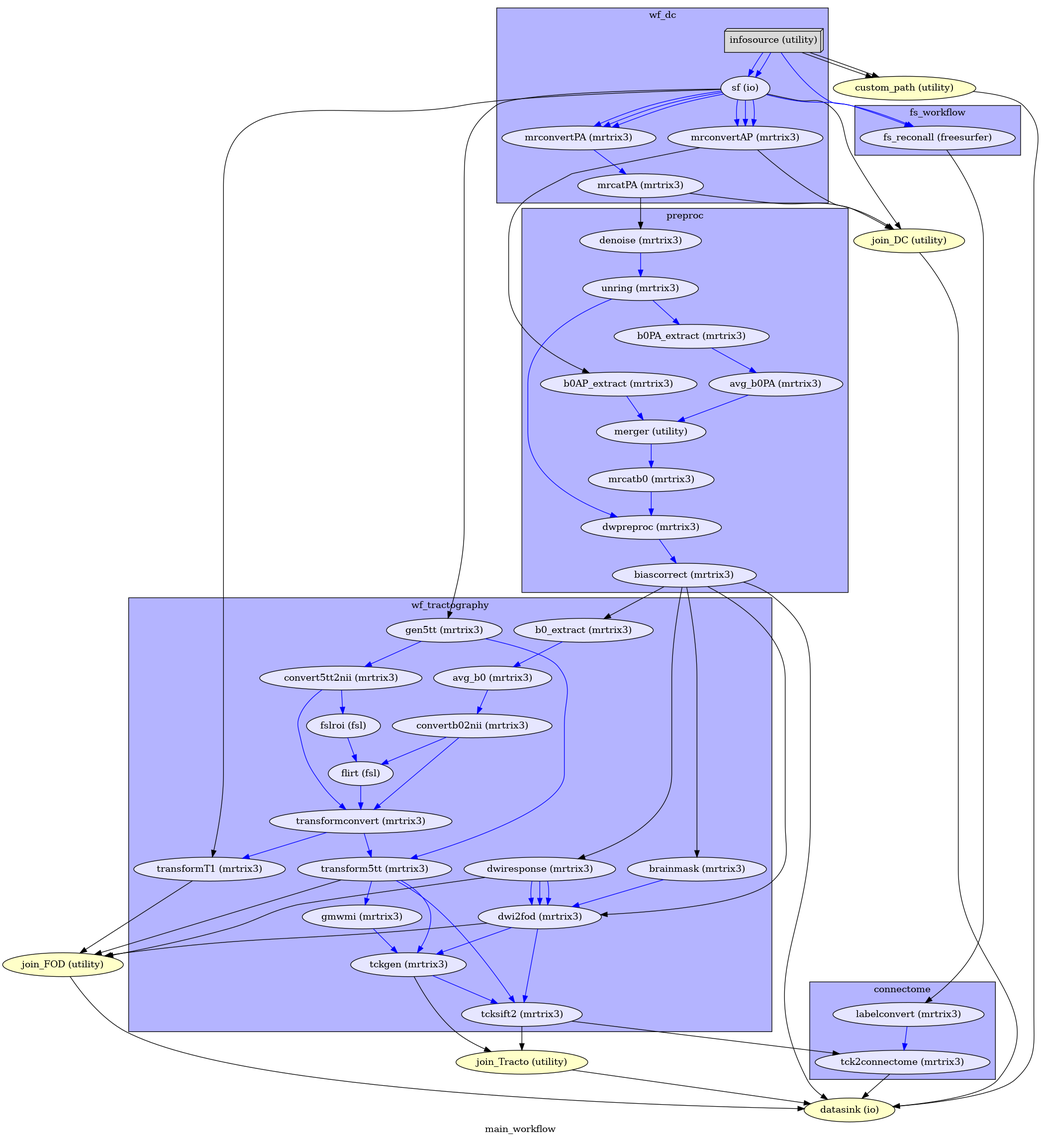
Above: mult_11_12.png in FRramon/pipeline-dmri (Graphviz), before the change. Its source is kept beside it as mult_11_12.dot. Source of this version:
```dot
digraph main_workflow{
  label="main_workflow";
  main_workflow_custom_path[label="custom_path (utility)", style=filled, fillcolor="#FFFFC8"];
  main_workflow_join_DC[label="join_DC (utility)", style=filled, fillcolor="#FFFFC8"];
  main_workflow_join_FOD[label="join_FOD (utility)", style=filled, fillcolor="#FFFFC8"];
  main_workflow_join_Tracto[label="join_Tracto (utility)", style=filled, fillcolor="#FFFFC8"];
  main_workflow_datasink[label="datasink (io)", style=filled, fillcolor="#FFFFC8"];
  subgraph cluster_main_workflow_wf_dc {
      edge [color="#0000FF"];
      style=filled;
      fillcolor="#B4B4FF";
      label="wf_dc";
    main_workflow_wf_dc_infosource[label="infosource (utility)", shape=box3d,style=filled, color=black, colorscheme=greys7 fillcolor=2];
    main_workflow_wf_dc_sf[label="sf (io)", style=filled, fillcolor="#E6E6FF"];
    main_workflow_wf_dc_mrconvertPA[label="mrconvertPA (mrtrix3)", style=filled, fillcolor="#E6E6FF"];
    main_workflow_wf_dc_mrconvertAP[label="mrconvertAP (mrtrix3)", style=filled, fillcolor="#E6E6FF"];
    main_workflow_wf_dc_mrcatPA[label="mrcatPA (mrtrix3)", style=filled, fillcolor="#E6E6FF"];
    main_workflow_wf_dc_infosource -> main_workflow_wf_dc_sf;
    main_workflow_wf_dc_infosource -> main_workflow_wf_dc_sf;
    main_workflow_wf_dc_sf -> main_workflow_wf_dc_mrconvertPA;
    main_workflow_wf_dc_sf -> main_workflow_wf_dc_mrconvertPA;
    main_workflow_wf_dc_sf -> main_workflow_wf_dc_mrconvertPA;
    main_workflow_wf_dc_sf -> main_workflow_wf_dc_mrconvertAP;
    main_workflow_wf_dc_sf -> main_workflow_wf_dc_mrconvertAP;
    main_workflow_wf_dc_sf -> main_workflow_wf_dc_mrconvertAP;
    main_workflow_wf_dc_mrconvertPA -> main_workflow_wf_dc_mrcatPA;
  }
  subgraph cluster_main_workflow_fs_workflow {
      edge [color="#0000FF"];
      style=filled;
      fillcolor="#B4B4FF";
      label="fs_workflow";
    main_workflow_wf_dc_infosource[label="infosource (utility)", shape=box3d,style=filled, color=black, colorscheme=greys7 fillcolor=2];
    main_workflow_wf_dc_sf[label="sf (io)", style=filled, fillcolor="#E6E6FF"];
    main_workflow_fs_workflow_fs_reconall[label="fs_reconall (freesurfer)", style=filled, fillcolor="#E6E6FF"];
    main_workflow_wf_dc_infosource -> main_workflow_fs_workflow_fs_reconall;
    main_workflow_wf_dc_sf -> main_workflow_fs_workflow_fs_reconall;
  }
  main_workflow_custom_path -> main_workflow_datasink;
  subgraph cluster_main_workflow_preproc {
      edge [color="#0000FF"];
      style=filled;
      fillcolor="#B4B4FF";
      label="preproc";
    main_workflow_preproc_denoise[label="denoise (mrtrix3)", style=filled, fillcolor="#E6E6FF"];
    main_workflow_preproc_b0AP_extract[label="b0AP_extract (mrtrix3)", style=filled, fillcolor="#E6E6FF"];
    main_workflow_preproc_unring[label="unring (mrtrix3)", style=filled, fillcolor="#E6E6FF"];
    main_workflow_preproc_b0PA_extract[label="b0PA_extract (mrtrix3)", style=filled, fillcolor="#E6E6FF"];
    main_workflow_preproc_avg_b0PA[label="avg_b0PA (mrtrix3)", style=filled, fillcolor="#E6E6FF"];
    main_workflow_preproc_merger[label="merger (utility)", style=filled, fillcolor="#E6E6FF"];
    main_workflow_preproc_mrcatb0[label="mrcatb0 (mrtrix3)", style=filled, fillcolor="#E6E6FF"];
    main_workflow_preproc_dwpreproc[label="dwpreproc (mrtrix3)", style=filled, fillcolor="#E6E6FF"];
    main_workflow_preproc_biascorrect[label="biascorrect (mrtrix3)", style=filled, fillcolor="#E6E6FF"];
    main_workflow_preproc_denoise -> main_workflow_preproc_unring;
    main_workflow_preproc_b0AP_extract -> main_workflow_preproc_merger;
    main_workflow_preproc_unring -> main_workflow_preproc_b0PA_extract;
    main_workflow_preproc_unring -> main_workflow_preproc_dwpreproc;
    main_workflow_preproc_b0PA_extract -> main_workflow_preproc_avg_b0PA;
    main_workflow_preproc_avg_b0PA -> main_workflow_preproc_merger;
    main_workflow_preproc_merger -> main_workflow_preproc_mrcatb0;
    main_workflow_preproc_mrcatb0 -> main_workflow_preproc_dwpreproc;
    main_workflow_preproc_dwpreproc -> main_workflow_preproc_biascorrect;
  }
  main_workflow_join_DC -> main_workflow_datasink;
  subgraph cluster_main_workflow_wf_tractography {
      edge [color="#0000FF"];
      style=filled;
      fillcolor="#B4B4FF";
      label="wf_tractography";
    main_workflow_wf_tractography_b0_extract[label="b0_extract (mrtrix3)", style=filled, fillcolor="#E6E6FF"];
    main_workflow_wf_tractography_gen5tt[label="gen5tt (mrtrix3)", style=filled, fillcolor="#E6E6FF"];
    main_workflow_wf_tractography_dwiresponse[label="dwiresponse (mrtrix3)", style=filled, fillcolor="#E6E6FF"];
    main_workflow_wf_tractography_brainmask[label="brainmask (mrtrix3)", style=filled, fillcolor="#E6E6FF"];
    main_workflow_wf_tractography_avg_b0[label="avg_b0 (mrtrix3)", style=filled, fillcolor="#E6E6FF"];
    main_workflow_wf_tractography_convert5tt2nii[label="convert5tt2nii (mrtrix3)", style=filled, fillcolor="#E6E6FF"];
    main_workflow_wf_tractography_dwi2fod[label="dwi2fod (mrtrix3)", style=filled, fillcolor="#E6E6FF"];
    main_workflow_wf_tractography_convertb02nii[label="convertb02nii (mrtrix3)", style=filled, fillcolor="#E6E6FF"];
    main_workflow_wf_tractography_fslroi[label="fslroi (fsl)", style=filled, fillcolor="#E6E6FF"];
    main_workflow_wf_tractography_flirt[label="flirt (fsl)", style=filled, fillcolor="#E6E6FF"];
    main_workflow_wf_tractography_transformconvert[label="transformconvert (mrtrix3)", style=filled, fillcolor="#E6E6FF"];
    main_workflow_wf_tractography_transform5tt[label="transform5tt (mrtrix3)", style=filled, fillcolor="#E6E6FF"];
    main_workflow_wf_tractography_transformT1[label="transformT1 (mrtrix3)", style=filled, fillcolor="#E6E6FF"];
    main_workflow_wf_tractography_gmwmi[label="gmwmi (mrtrix3)", style=filled, fillcolor="#E6E6FF"];
    main_workflow_wf_tractography_tckgen[label="tckgen (mrtrix3)", style=filled, fillcolor="#E6E6FF"];
    main_workflow_wf_tractography_tcksift2[label="tcksift2 (mrtrix3)", style=filled, fillcolor="#E6E6FF"];
    main_workflow_wf_tractography_b0_extract -> main_workflow_wf_tractography_avg_b0;
    main_workflow_wf_tractography_gen5tt -> main_workflow_wf_tractography_convert5tt2nii;
    main_workflow_wf_tractography_gen5tt -> main_workflow_wf_tractography_transform5tt;
    main_workflow_wf_tractography_dwiresponse -> main_workflow_wf_tractography_dwi2fod;
    main_workflow_wf_tractography_dwiresponse -> main_workflow_wf_tractography_dwi2fod;
    main_workflow_wf_tractography_dwiresponse -> main_workflow_wf_tractography_dwi2fod;
    main_workflow_wf_tractography_brainmask -> main_workflow_wf_tractography_dwi2fod;
    main_workflow_wf_tractography_avg_b0 -> main_workflow_wf_tractography_convertb02nii;
    main_workflow_wf_tractography_convert5tt2nii -> main_workflow_wf_tractography_fslroi;
    main_workflow_wf_tractography_convert5tt2nii -> main_workflow_wf_tractography_transformconvert;
    main_workflow_wf_tractography_dwi2fod -> main_workflow_wf_tractography_tckgen;
    main_workflow_wf_tractography_dwi2fod -> main_workflow_wf_tractography_tcksift2;
    main_workflow_wf_tractography_convertb02nii -> main_workflow_wf_tractography_flirt;
    main_workflow_wf_tractography_convertb02nii -> main_workflow_wf_tractography_transformconvert;
    main_workflow_wf_tractography_fslroi -> main_workflow_wf_tractography_flirt;
    main_workflow_wf_tractography_flirt -> main_workflow_wf_tractography_transformconvert;
    main_workflow_wf_tractography_transformconvert -> main_workflow_wf_tractography_transform5tt;
    main_workflow_wf_tractography_transformconvert -> main_workflow_wf_tractography_transformT1;
    main_workflow_wf_tractography_transform5tt -> main_workflow_wf_tractography_gmwmi;
    main_workflow_wf_tractography_transform5tt -> main_workflow_wf_tractography_tckgen;
    main_workflow_wf_tractography_transform5tt -> main_workflow_wf_tractography_tcksift2;
    main_workflow_wf_tractography_gmwmi -> main_workflow_wf_tractography_tckgen;
    main_workflow_wf_tractography_tckgen -> main_workflow_wf_tractography_tcksift2;
  }
  subgraph cluster_main_workflow_connectome {
      edge [color="#0000FF"];
      style=filled;
      fillcolor="#B4B4FF";
      label="connectome";
    main_workflow_connectome_labelconvert[label="labelconvert (mrtrix3)", style=filled, fillcolor="#E6E6FF"];
    main_workflow_connectome_tck2connectome[label="tck2connectome (mrtrix3)", style=filled, fillcolor="#E6E6FF"];
    main_workflow_connectome_labelconvert -> main_workflow_connectome_tck2connectome;
  }
  main_workflow_join_FOD -> main_workflow_datasink;
  main_workflow_join_Tracto -> main_workflow_datasink;
  main_workflow_wf_dc_infosource -> main_workflow_custom_path;
  main_workflow_wf_dc_infosource -> main_workflow_custom_path;
  main_workflow_wf_dc_mrcatPA -> main_workflow_preproc_denoise;
  main_workflow_wf_dc_mrconvertAP -> main_workflow_preproc_b0AP_extract;
  main_workflow_wf_dc_sf -> main_workflow_wf_tractography_gen5tt;
  main_workflow_wf_dc_sf -> main_workflow_wf_tractography_transformT1;
  main_workflow_wf_dc_mrcatPA -> main_workflow_join_DC;
  main_workflow_wf_dc_mrconvertAP -> main_workflow_join_DC;
  main_workflow_wf_dc_sf -> main_workflow_join_DC;
  main_workflow_preproc_biascorrect -> main_workflow_wf_tractography_brainmask;
  main_workflow_preproc_biascorrect -> main_workflow_wf_tractography_b0_extract;
  main_workflow_preproc_biascorrect -> main_workflow_wf_tractography_dwiresponse;
  main_workflow_preproc_biascorrect -> main_workflow_wf_tractography_dwi2fod;
  main_workflow_preproc_biascorrect -> main_workflow_datasink;
  main_workflow_wf_tractography_tcksift2 -> main_workflow_connectome_tck2connectome;
  main_workflow_wf_tractography_dwiresponse -> main_workflow_join_FOD;
  main_workflow_wf_tractography_dwi2fod -> main_workflow_join_FOD;
  main_workflow_wf_tractography_transform5tt -> main_workflow_join_FOD;
  main_workflow_wf_tractography_transformT1 -> main_workflow_join_FOD;
  main_workflow_wf_tractography_tckgen -> main_workflow_join_Tracto;
  main_workflow_wf_tractography_tcksift2 -> main_workflow_join_Tracto;
  main_workflow_connectome_tck2connectome -> main_workflow_datasink;
  main_workflow_fs_workflow_fs_reconall -> main_workflow_connectome_labelconvert;
}
```
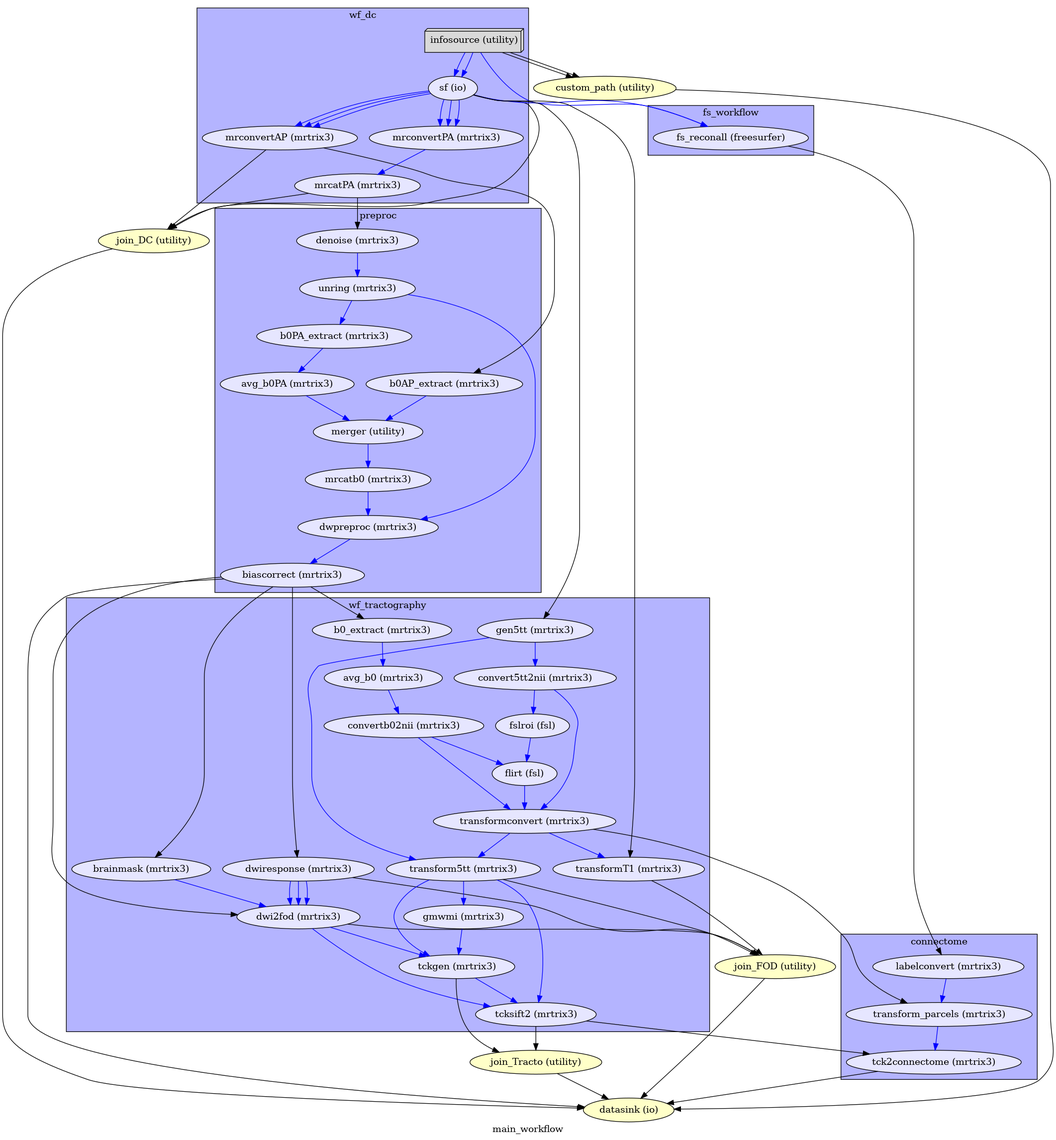
The same diagram one commit later.

Diff of the diagram source:
```diff
@@ -113,8 +113,10 @@
       fillcolor="#B4B4FF";
       label="connectome";
     main_workflow_connectome_labelconvert[label="labelconvert (mrtrix3)", style=filled, fillcolor="#E6E6FF"];
+    main_workflow_connectome_transform_parcels[label="transform_parcels (mrtrix3)", style=filled, fillcolor="#E6E6FF"];
     main_workflow_connectome_tck2connectome[label="tck2connectome (mrtrix3)", style=filled, fillcolor="#E6E6FF"];
-    main_workflow_connectome_labelconvert -> main_workflow_connectome_tck2connectome;
+    main_workflow_connectome_labelconvert -> main_workflow_connectome_transform_parcels;
+    main_workflow_connectome_transform_parcels -> main_workflow_connectome_tck2connectome;
   }
   main_workflow_join_FOD -> main_workflow_datasink;
   main_workflow_join_Tracto -> main_workflow_datasink;
@@ -132,6 +134,7 @@
   main_workflow_preproc_biascorrect -> main_workflow_wf_tractography_dwiresponse;
   main_workflow_preproc_biascorrect -> main_workflow_wf_tractography_dwi2fod;
   main_workflow_preproc_biascorrect -> main_workflow_datasink;
+  main_workflow_wf_tractography_transformconvert -> main_workflow_connectome_transform_parcels;
   main_workflow_wf_tractography_tcksift2 -> main_workflow_connectome_tck2connectome;
   main_workflow_wf_tractography_dwiresponse -> main_workflow_join_FOD;
   main_workflow_wf_tractography_dwi2fod -> main_workflow_join_FOD;
@@ -139,6 +142,6 @@
   main_workflow_wf_tractography_transformT1 -> main_workflow_join_FOD;
   main_workflow_wf_tractography_tckgen -> main_workflow_join_Tracto;
   main_workflow_wf_tractography_tcksift2 -> main_workflow_join_Tracto;
+  main_workflow_fs_workflow_fs_reconall -> main_workflow_connectome_labelconvert;
   main_workflow_connectome_tck2connectome -> main_workflow_datasink;
-  main_workflow_fs_workflow_fs_reconall -> main_workflow_connectome_labelconvert;
 }
```
